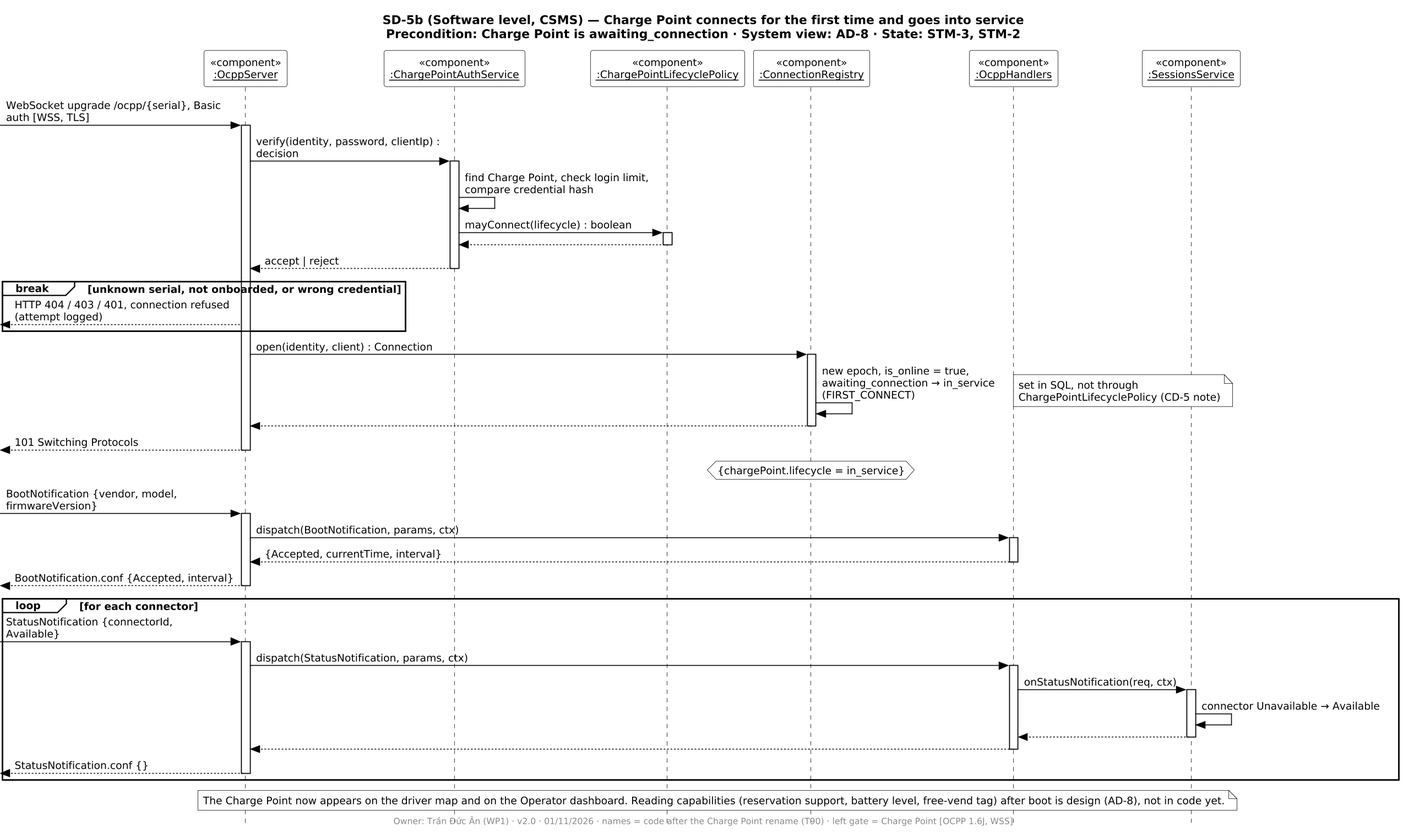
The PlantUML diagram diagrams/report4/sequence/SD-5b/SD-5b.png in PowerMeApp/powerme, before a commit. Its diagram source:
```plantuml
@startuml SD-5b
!include ../_style.iuml
title SD-5b (Software level, CSMS) — Charge Point connects for the first time and goes into service\nPrecondition: Charge Point is awaiting_connection · System view: AD-8 · State: STM-3, STM-2
footer Owner: Trần Đức Ân (WP1) · v2.0 · 01/11/2026 · names = code after the Charge Point rename (T90) · left gate = Charge Point [OCPP 1.6J, WSS]

participant "«component»\n<u>:OcppServer</u>" as OS
participant "«component»\n<u>:ChargePointAuthService</u>" as PA
participant "«component»\n<u>:ChargePointLifecyclePolicy</u>" as PLP
participant "«component»\n<u>:ConnectionRegistry</u>" as REG
participant "«component»\n<u>:OcppHandlers</u>" as H
participant "«component»\n<u>:SessionsService</u>" as S

[-> OS ++ : WebSocket upgrade /ocpp/{serial}, Basic auth [WSS, TLS]
OS -> PA ++ : verify(identity, password, clientIp) : decision
PA -> PA : find Charge Point, check login limit,\ncompare credential hash
PA -> PLP ++ : mayConnect(lifecycle) : boolean
PLP --> PA --
PA --> OS -- : accept | reject
break unknown serial, not onboarded, or wrong credential
  [<-- OS : HTTP 404 / 403 / 401, connection refused (attempt logged)
end
OS -> REG ++ : open(identity, client) : Connection
REG -> REG : new epoch, is_online = true,\nawaiting_connection → in_service (FIRST_CONNECT)
note right : set in SQL, not through\nChargePointLifecyclePolicy (CD-5 note)
REG --> OS --
[<-- OS -- : 101 Switching Protocols
hnote over REG : {chargePoint.lifecycle = in_service}

[-> OS ++ : BootNotification {vendor, model, firmwareVersion}
OS -> H ++ : dispatch(BootNotification, params, ctx)
H --> OS -- : {Accepted, currentTime, interval}
[<-- OS -- : BootNotification.conf {Accepted, interval}

loop for each connector
  [-> OS ++ : StatusNotification {connectorId, Available}
  OS -> H ++ : dispatch(StatusNotification, params, ctx)
  H -> S ++ : onStatusNotification(req, ctx)
  S -> S : connector Unavailable → Available
  S --> H --
  H --> OS --
  [<-- OS -- : StatusNotification.conf {}
end
note over OS, S : The Charge Point now appears on the driver map and on the Operator dashboard. Reading capabilities (reservation support, battery level, free-vend tag) after boot is design (AD-8), not in code yet.
@enduml
```
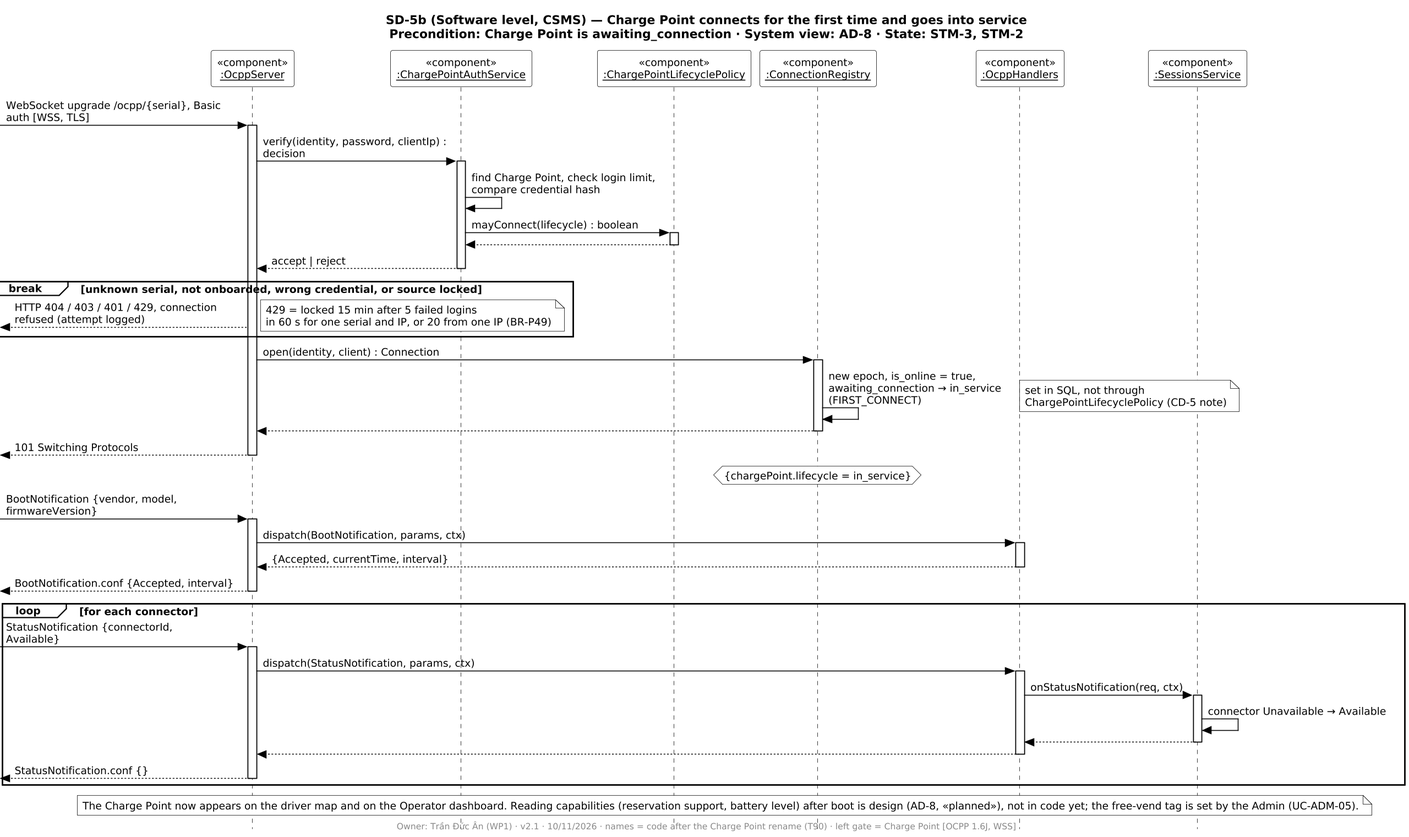
The same diagram one commit later.

Change to the diagram source:
```diff
@@ -1,7 +1,7 @@
 @startuml SD-5b
 !include ../_style.iuml
 title SD-5b (Software level, CSMS) — Charge Point connects for the first time and goes into service\nPrecondition: Charge Point is awaiting_connection · System view: AD-8 · State: STM-3, STM-2
-footer Owner: Trần Đức Ân (WP1) · v2.0 · 01/11/2026 · names = code after the Charge Point rename (T90) · left gate = Charge Point [OCPP 1.6J, WSS]
+footer Owner: Trần Đức Ân (WP1) · v2.1 · 10/11/2026 · names = code after the Charge Point rename (T90) · left gate = Charge Point [OCPP 1.6J, WSS]
 
 participant "«component»\n<u>:OcppServer</u>" as OS
 participant "«component»\n<u>:ChargePointAuthService</u>" as PA
@@ -16,8 +16,9 @@
 PA -> PLP ++ : mayConnect(lifecycle) : boolean
 PLP --> PA --
 PA --> OS -- : accept | reject
-break unknown serial, not onboarded, or wrong credential
-  [<-- OS : HTTP 404 / 403 / 401, connection refused (attempt logged)
+break unknown serial, not onboarded, wrong credential, or source locked
+  [<-- OS : HTTP 404 / 403 / 401 / 429, connection refused (attempt logged)
+  note right : 429 = locked 15 min after 5 failed logins\nin 60 s for one serial and IP, or 20 from one IP (BR-P49)
 end
 OS -> REG ++ : open(identity, client) : Connection
 REG -> REG : new epoch, is_online = true,\nawaiting_connection → in_service (FIRST_CONNECT)
@@ -40,5 +41,5 @@
   H --> OS --
   [<-- OS -- : StatusNotification.conf {}
 end
-note over OS, S : The Charge Point now appears on the driver map and on the Operator dashboard. Reading capabilities (reservation support, battery level, free-vend tag) after boot is design (AD-8), not in code yet.
+note over OS, S : The Charge Point now appears on the driver map and on the Operator dashboard. Reading capabilities (reservation support, battery level) after boot is design (AD-8, «planned»), not in code yet; the free-vend tag is set by the Admin (UC-ADM-05).
 @enduml
```
